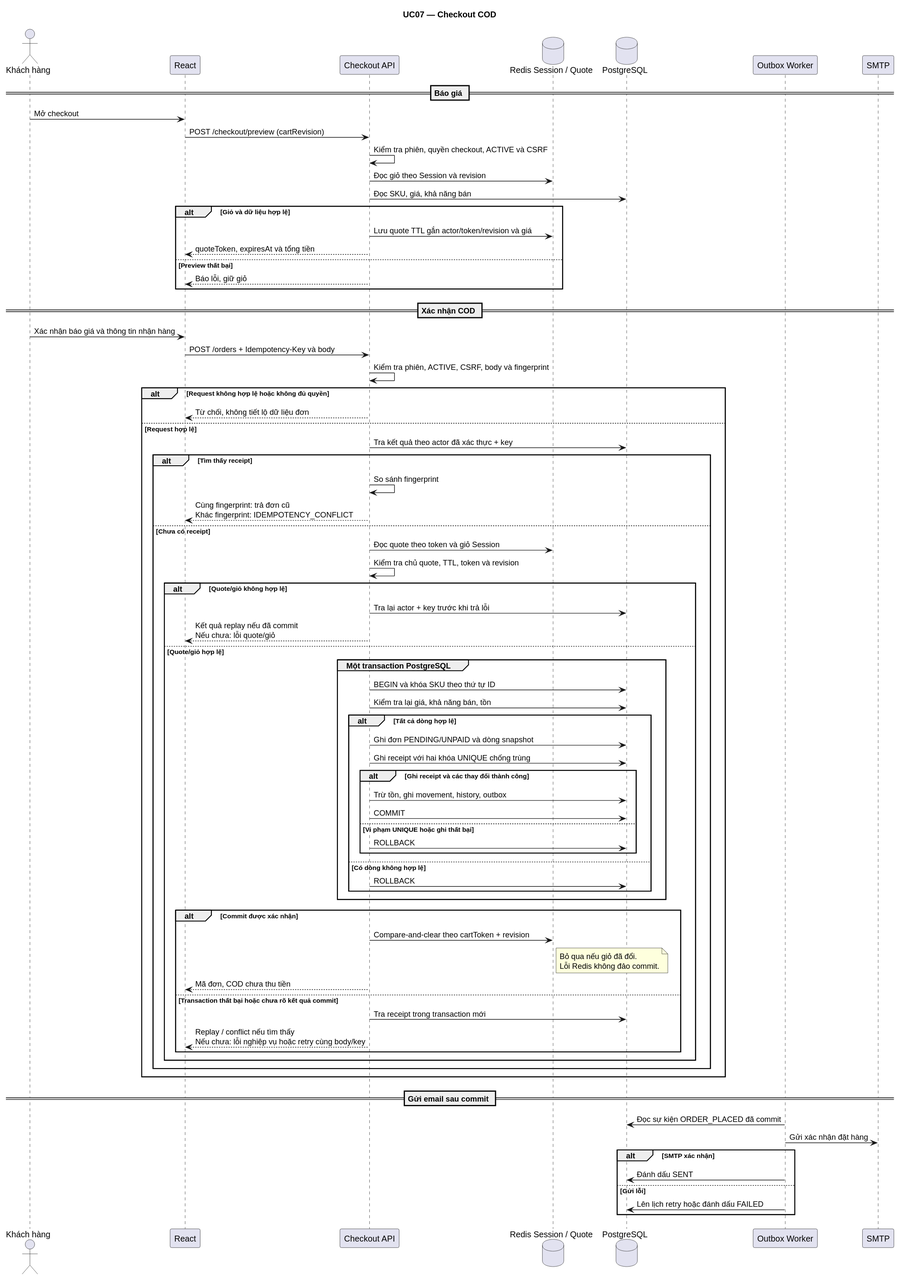
This is docs/design/sequences/uc07-checkout.svg from hoaqhienn/petfood-store-www-java-group10, a PlantUML export, as it was before one commit.
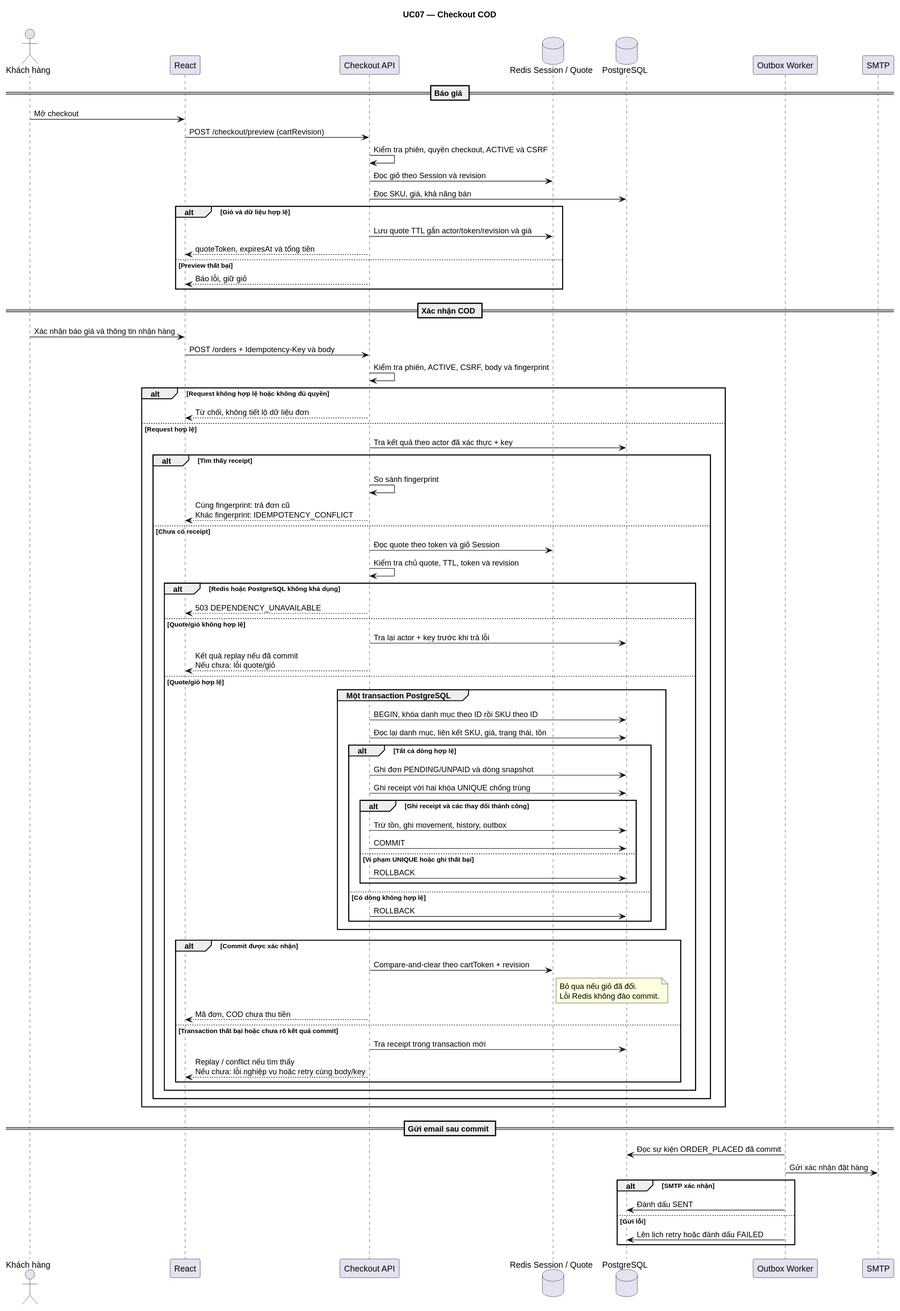
The same diagram one commit later.

The edit, as a diff of the source:
```diff
@@ -36,13 +36,15 @@
   else Chưa có receipt
     API -> R : Đọc quote theo token và giỏ Session
     API -> API : Kiểm tra chủ quote, TTL, token và revision
-    alt Quote/giỏ không hợp lệ
+    alt Redis hoặc PostgreSQL không khả dụng
+      API --> UI : 503 DEPENDENCY_UNAVAILABLE
+    else Quote/giỏ không hợp lệ
       API -> DB : Tra lại actor + key trước khi trả lỗi
       API --> UI : Kết quả replay nếu đã commit\nNếu chưa: lỗi quote/giỏ
     else Quote/giỏ hợp lệ
       group Một transaction PostgreSQL
-        API -> DB : BEGIN và khóa SKU theo thứ tự ID
-        API -> DB : Kiểm tra lại giá, khả năng bán, tồn
+        API -> DB : BEGIN, khóa danh mục theo ID rồi SKU theo ID
+        API -> DB : Đọc lại danh mục, liên kết SKU, giá, trạng thái, tồn
         alt Tất cả dòng hợp lệ
           API -> DB : Ghi đơn PENDING/UNPAID và dòng snapshot
           API -> DB : Ghi receipt với hai khóa UNIQUE chống trùng
```
